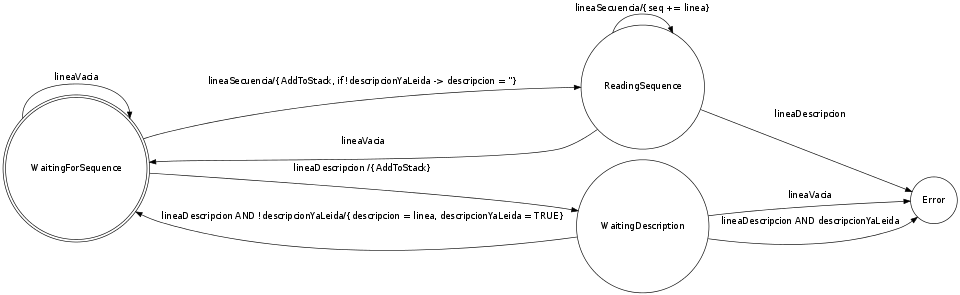
The Graphviz diagram doc/FSM.png in fmunoz92/biopp-filer, before a commit. Its source is kept beside it as doc/fsm.gv.
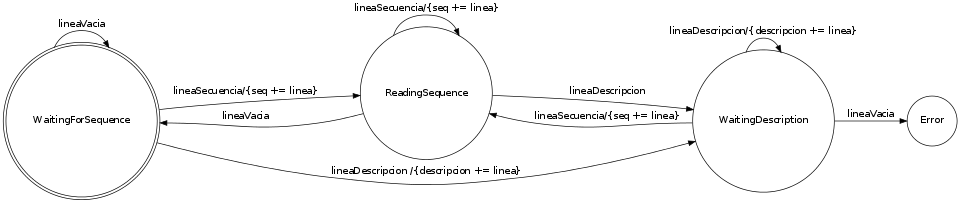
The same file after the commit.

Diff of the diagram source:
```diff
@@ -3,13 +3,13 @@
 	size="10"
 	node [shape = doublecircle]; WaitingForSequence;
 	node [shape = circle];
-	WaitingForSequence -> ReadingSequence    [ label = "lineaSecuencia/{AddToStack, if !descripcionYaLeida -> descripcion = ''}" ];
-	WaitingForSequence -> WaitingDescription [ label = "lineaDescripcion /{AddToStack}" ];
+	WaitingForSequence -> ReadingSequence    [ label = "lineaSecuencia/{seq += linea}" ];
+	WaitingForSequence -> WaitingDescription [ label = "lineaDescripcion /{descripcion += linea}" ];
 	WaitingForSequence -> WaitingForSequence [ label = "lineaVacia" ];
 	ReadingSequence    -> WaitingForSequence [ label = "lineaVacia" ];
-	ReadingSequence    -> Error              [ label = "lineaDescripcion" ];
+	ReadingSequence    -> WaitingDescription [ label = "lineaDescripcion" ];
 	WaitingDescription -> Error              [ label = "lineaVacia" ];
 	ReadingSequence    -> ReadingSequence    [ label = "lineaSecuencia/{seq += linea}" ];
-	WaitingDescription -> WaitingForSequence [ label = "lineaDescripcion AND !descripcionYaLeida/{descripcion = linea, descripcionYaLeida = TRUE}" ];
-	WaitingDescription -> Error              [ label = "lineaDescripcion AND descripcionYaLeida" ];
+	WaitingDescription -> WaitingDescription [ label = "lineaDescripcion/{descripcion += linea}" ];
+	WaitingDescription -> ReadingSequence [ label = "lineaSecuencia/{seq += linea}" ];
 }
```
